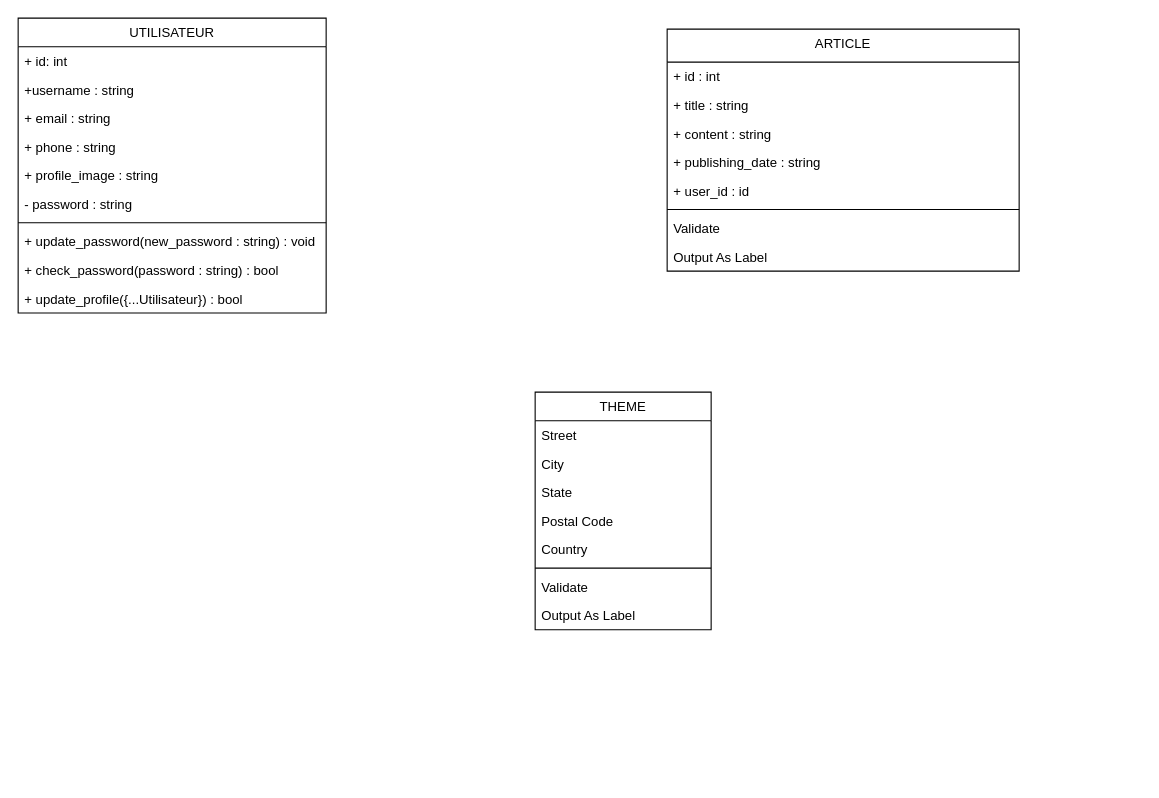
Before: Horizon_Tech.drawio in regisx001/UML, a draw.io diagram. Source tidied: cells renumbered, new cells numbered last; positions are measured from the earlier drawing's top-left corner, leaving out a move shared by most shapes. Both pictures are drawn from the tidied source at 110%, with x=0, y=0 at pixel (18, 18).
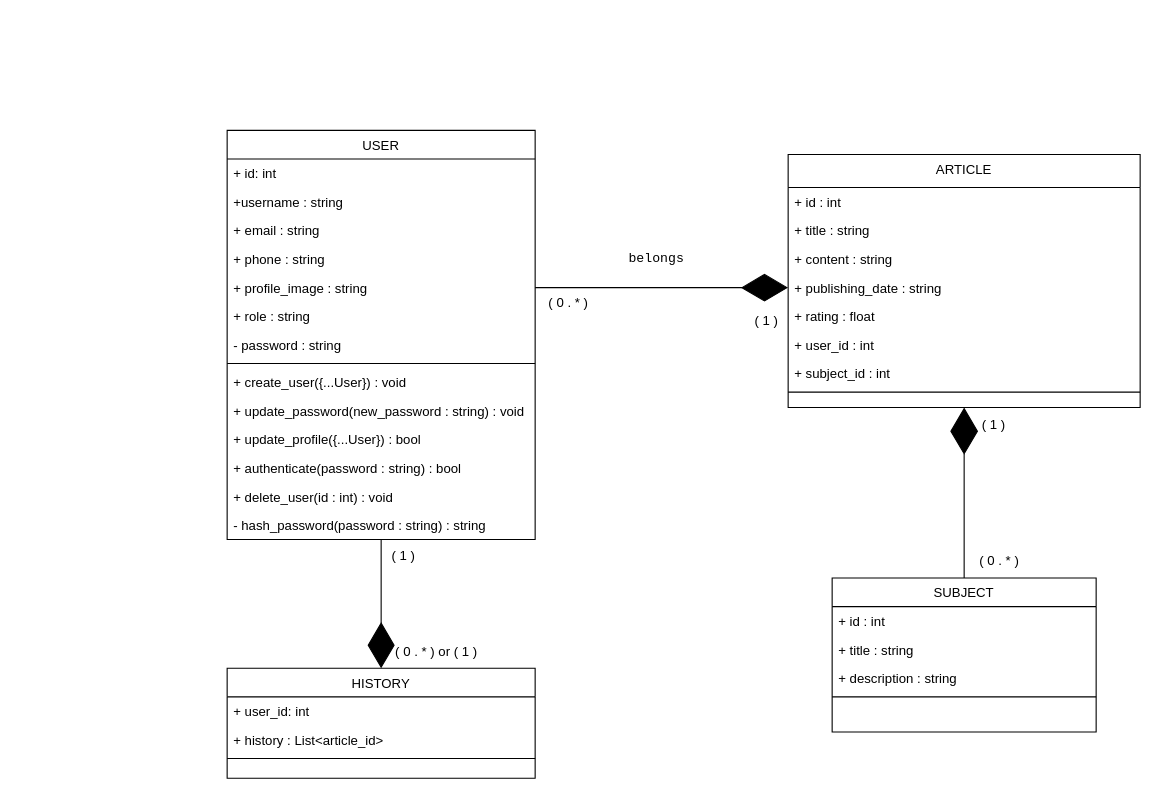
After the change.

The change refers to these unchanged cells:
```xml
<mxCell id="7" value="+ profile_image : string" style="text;align=left;verticalAlign=top;spacingLeft=4;spacingRight=4;overflow=hidden;points=[[0,0.5],[1,0.5]];portConstraint=eastwest;rounded=0;shadow=0;html=0;" parent="2" vertex="1">
  <mxGeometry y="130" width="280" height="26" as="geometry" />
</mxCell>
<mxCell id="17" value="+ publishing_date : string" style="text;align=left;verticalAlign=top;spacingLeft=4;spacingRight=4;overflow=hidden;points=[[0,0.5],[1,0.5]];portConstraint=eastwest;rounded=0;shadow=0;html=0;" parent="13" vertex="1">
  <mxGeometry y="108" width="320" height="26" as="geometry" />
</mxCell>
```

What changed in the source:
```diff
@@
+    <mxCell id="22" value="SUBJECT" style="swimlane;fontStyle=0;align=center;verticalAlign=top;horizontal=1;startSize=26;rounded=0;shadow=0;strokeWidth=1;" parent="1" vertex="1">
+      <mxGeometry x="740" y="509" width="240" height="140" as="geometry" />
+    </mxCell>
+    <mxCell id="23" value="+ id : int" style="text;align=left;verticalAlign=top;spacingLeft=4;spacingRight=4;overflow=hidden;" parent="22" vertex="1">
+      <mxGeometry y="26" width="240" height="26" as="geometry" />
+    </mxCell>
+    <mxCell id="24" value="+ title : string" style="text;align=left;verticalAlign=top;spacingLeft=4;spacingRight=4;overflow=hidden;rounded=0;shadow=0;html=0;" parent="22" vertex="1">
+      <mxGeometry y="52" width="240" height="26" as="geometry" />
+    </mxCell>
+    <mxCell id="25" value="+ description : string" style="text;align=left;verticalAlign=top;spacingLeft=4;spacingRight=4;overflow=hidden;rounded=0;shadow=0;html=0;" parent="22" vertex="1">
+      <mxGeometry y="78" width="240" height="26" as="geometry" />
+    </mxCell>
+    <mxCell id="28" style="line;html=1;strokeWidth=1;align=left;verticalAlign=middle;spacingTop=-1;spacingLeft=3;spacingRight=3;labelPosition=right;" parent="22" vertex="1">
+      <mxGeometry y="104" width="240" height="8" as="geometry" />
+    </mxCell>
+    <mxCell id="31" value="HISTORY" style="swimlane;fontStyle=0;align=center;verticalAlign=top;horizontal=1;startSize=26;rounded=0;shadow=0;strokeWidth=1;" parent="1" vertex="1">
+      <mxGeometry x="190" y="591" width="280" height="100" as="geometry" />
+    </mxCell>
+    <mxCell id="32" value="+ user_id: int" style="text;align=left;verticalAlign=top;spacingLeft=4;spacingRight=4;overflow=hidden;" parent="31" vertex="1">
+      <mxGeometry y="26" width="280" height="26" as="geometry" />
+    </mxCell>
+    <mxCell id="33" value="+ history : List&lt;article_id&gt; " style="text;align=left;verticalAlign=top;spacingLeft=4;spacingRight=4;overflow=hidden;rounded=0;shadow=0;html=0;" parent="31" vertex="1">
+      <mxGeometry y="52" width="280" height="26" as="geometry" />
+    </mxCell>
+    <mxCell id="34" style="line;html=1;strokeWidth=1;align=left;verticalAlign=middle;spacingTop=-1;spacingLeft=3;spacingRight=3;labelPosition=right;" parent="31" vertex="1">
+      <mxGeometry y="78" width="280" height="8" as="geometry" />
+    </mxCell>
+    <mxCell id="35" style="edgeStyle=orthogonalEdgeStyle;rounded=0;jettySize=auto;html=1;exitX=0.5;exitY=1;exitDx=0;exitDy=0;endArrow=diamondThin;endFill=1;endSize=39;" parent="1" edge="1" source="2" target="31">
+      <mxGeometry relative="1" as="geometry" />
+    </mxCell>
+    <mxCell id="36" value="( 1 )" style="text;html=1;align=center;verticalAlign=middle;strokeColor=none;fillColor=none;" parent="1" vertex="1">
+      <mxGeometry x="330" y="474" width="40" height="30" as="geometry" />
+    </mxCell>
+    <mxCell id="37" value="( 0 . * ) or ( 1 )" style="text;html=1;align=center;verticalAlign=middle;strokeColor=none;fillColor=none;" parent="1" vertex="1">
+      <mxGeometry x="330" y="561" width="100" height="30" as="geometry" />
+    </mxCell>
-    <mxCell id="2" value="UTILISATEUR" style="swimlane;fontStyle=0;align=center;verticalAlign=top;horizontal=1;startSize=26;rounded=0;shadow=0;strokeWidth=1;" parent="1" vertex="1">
-      <mxGeometry width="280" height="268" as="geometry" />
+    <mxCell id="2" value="USER" style="swimlane;fontStyle=0;align=center;verticalAlign=top;horizontal=1;startSize=26;rounded=0;shadow=0;strokeWidth=1;" parent="1" vertex="1">
+      <mxGeometry x="190" y="102" width="280" height="372" as="geometry" />
     </mxCell>
@@
+    <mxCell id="38" value="+ role : string " style="text;align=left;verticalAlign=top;spacingLeft=4;spacingRight=4;overflow=hidden;rounded=0;shadow=0;html=0;" parent="2" vertex="1">
+      <mxGeometry y="156" width="280" height="26" as="geometry" />
+    </mxCell>
     <mxCell id="8" value="- password : string " style="text;align=left;verticalAlign=top;spacingLeft=4;spacingRight=4;overflow=hidden;rounded=0;shadow=0;html=0;" parent="2" vertex="1">
-      <mxGeometry y="156" width="280" height="26" as="geometry" />
+      <mxGeometry y="182" width="280" height="26" as="geometry" />
     </mxCell>
     <mxCell id="9" style="line;html=1;strokeWidth=1;align=left;verticalAlign=middle;spacingTop=-1;spacingLeft=3;spacingRight=3;labelPosition=right;" parent="2" vertex="1">
-      <mxGeometry y="182" width="280" height="8" as="geometry" />
+      <mxGeometry y="208" width="280" height="8" as="geometry" />
     </mxCell>
+    <mxCell id="39" value="+ create_user({...User}) : void" style="text;align=left;verticalAlign=top;spacingLeft=4;spacingRight=4;overflow=hidden;rounded=0;shadow=0;html=0;" parent="2" vertex="1">
+      <mxGeometry y="216" width="280" height="26" as="geometry" />
+    </mxCell>
     <mxCell id="10" value="+ update_password(new_password : string) : void" style="text;align=left;verticalAlign=top;spacingLeft=4;spacingRight=4;overflow=hidden;rounded=0;shadow=0;html=0;" parent="2" vertex="1">
-      <mxGeometry y="190" width="280" height="26" as="geometry" />
+      <mxGeometry y="242" width="280" height="26" as="geometry" />
     </mxCell>
+    <mxCell id="12" value="+ update_profile({...User}) : bool" style="text;align=left;verticalAlign=top;spacingLeft=4;spacingRight=4;overflow=hidden;rounded=0;shadow=0;html=0;" parent="2" vertex="1">
+      <mxGeometry y="268" width="280" height="26" as="geometry" />
+    </mxCell>
-    <mxCell id="11" value="+ check_password(password : string) : bool" style="text;align=left;verticalAlign=top;spacingLeft=4;spacingRight=4;overflow=hidden;rounded=0;shadow=0;html=0;" parent="2" vertex="1">
-      <mxGeometry y="216" width="280" height="26" as="geometry" />
+    <mxCell id="11" value="+ authenticate(password : string) : bool" style="text;align=left;verticalAlign=top;spacingLeft=4;spacingRight=4;overflow=hidden;rounded=0;shadow=0;html=0;" parent="2" vertex="1">
+      <mxGeometry y="294" width="280" height="26" as="geometry" />
     </mxCell>
-    <mxCell id="12" value="+ update_profile({...Utilisateur}) : bool" style="text;align=left;verticalAlign=top;spacingLeft=4;spacingRight=4;overflow=hidden;rounded=0;shadow=0;html=0;" parent="2" vertex="1">
-      <mxGeometry y="242" width="280" height="26" as="geometry" />
-    </mxCell>
+    <mxCell id="40" value="+ delete_user(id : int) : void" style="text;align=left;verticalAlign=top;spacingLeft=4;spacingRight=4;overflow=hidden;rounded=0;shadow=0;html=0;" parent="2" vertex="1">
+      <mxGeometry y="320" width="280" height="26" as="geometry" />
+    </mxCell>
+    <mxCell id="41" value="- hash_password(password : string) : string " style="text;align=left;verticalAlign=top;spacingLeft=4;spacingRight=4;overflow=hidden;rounded=0;shadow=0;html=0;" parent="2" vertex="1">
+      <mxGeometry y="346" width="280" height="26" as="geometry" />
+    </mxCell>
+    <mxCell id="42" style="edgeStyle=orthogonalEdgeStyle;rounded=0;jettySize=auto;html=1;exitX=1;exitY=0.5;exitDx=0;exitDy=0;entryX=0;entryY=0.5;entryDx=0;entryDy=0;endArrow=diamondThin;endFill=1;endSize=40;" parent="1" edge="1" source="7" target="17">
+      <mxGeometry relative="1" as="geometry" />
+    </mxCell>
     <mxCell id="13" value="ARTICLE" style="swimlane;fontStyle=0;align=center;verticalAlign=top;horizontal=1;startSize=30;rounded=0;shadow=0;strokeWidth=1;" parent="1" vertex="1">
-      <mxGeometry x="590" y="10" width="320" height="220" as="geometry" />
+      <mxGeometry x="700" y="124" width="320" height="230" as="geometry" />
     </mxCell>
@@
+    <mxCell id="43" value="+ rating : float" style="text;align=left;verticalAlign=top;spacingLeft=4;spacingRight=4;overflow=hidden;rounded=0;shadow=0;html=0;" parent="13" vertex="1">
+      <mxGeometry y="134" width="320" height="26" as="geometry" />
+    </mxCell>
-    <mxCell id="18" value="+ user_id : id" style="text;align=left;verticalAlign=top;spacingLeft=4;spacingRight=4;overflow=hidden;rounded=0;shadow=0;html=0;" parent="13" vertex="1">
-      <mxGeometry y="134" width="320" height="26" as="geometry" />
+    <mxCell id="18" value="+ user_id : int" style="text;align=left;verticalAlign=top;spacingLeft=4;spacingRight=4;overflow=hidden;rounded=0;shadow=0;html=0;" parent="13" vertex="1">
+      <mxGeometry y="160" width="320" height="26" as="geometry" />
     </mxCell>
+    <mxCell id="44" value="+ subject_id : int" style="text;align=left;verticalAlign=top;spacingLeft=4;spacingRight=4;overflow=hidden;rounded=0;shadow=0;html=0;" parent="13" vertex="1">
+      <mxGeometry y="186" width="320" height="26" as="geometry" />
+    </mxCell>
     <mxCell id="19" style="line;html=1;strokeWidth=1;align=left;verticalAlign=middle;spacingTop=-1;spacingLeft=3;spacingRight=3;labelPosition=right;" parent="13" vertex="1">
-      <mxGeometry y="160" width="320" height="8" as="geometry" />
+      <mxGeometry y="212" width="320" height="8" as="geometry" />
     </mxCell>
-    <mxCell id="20" value="Validate" style="text;align=left;verticalAlign=top;spacingLeft=4;spacingRight=4;overflow=hidden;" parent="13" vertex="1">
-      <mxGeometry y="168" width="320" height="26" as="geometry" />
-    </mxCell>
-    <mxCell id="21" value="Output As Label" style="text;align=left;verticalAlign=top;spacingLeft=4;spacingRight=4;overflow=hidden;" parent="13" vertex="1">
-      <mxGeometry y="194" width="320" height="26" as="geometry" />
-    </mxCell>
-    <mxCell id="22" value="THEME" style="swimlane;fontStyle=0;align=center;verticalAlign=top;horizontal=1;startSize=26;rounded=0;shadow=0;strokeWidth=1;" parent="1" vertex="1">
-      <mxGeometry x="470" y="340" width="160" height="216" as="geometry" />
-    </mxCell>
-    <mxCell id="23" value="Street" style="text;align=left;verticalAlign=top;spacingLeft=4;spacingRight=4;overflow=hidden;" parent="22" vertex="1">
-      <mxGeometry y="26" width="160" height="26" as="geometry" />
-    </mxCell>
-    <mxCell id="24" value="City" style="text;align=left;verticalAlign=top;spacingLeft=4;spacingRight=4;overflow=hidden;rounded=0;shadow=0;html=0;" parent="22" vertex="1">
-      <mxGeometry y="52" width="160" height="26" as="geometry" />
-    </mxCell>
-    <mxCell id="25" value="State" style="text;align=left;verticalAlign=top;spacingLeft=4;spacingRight=4;overflow=hidden;rounded=0;shadow=0;html=0;" parent="22" vertex="1">
-      <mxGeometry y="78" width="160" height="26" as="geometry" />
-    </mxCell>
-    <mxCell id="26" value="Postal Code" style="text;align=left;verticalAlign=top;spacingLeft=4;spacingRight=4;overflow=hidden;rounded=0;shadow=0;html=0;" parent="22" vertex="1">
-      <mxGeometry y="104" width="160" height="26" as="geometry" />
-    </mxCell>
-    <mxCell id="27" value="Country" style="text;align=left;verticalAlign=top;spacingLeft=4;spacingRight=4;overflow=hidden;rounded=0;shadow=0;html=0;" parent="22" vertex="1">
-      <mxGeometry y="130" width="160" height="26" as="geometry" />
-    </mxCell>
-    <mxCell id="28" style="line;html=1;strokeWidth=1;align=left;verticalAlign=middle;spacingTop=-1;spacingLeft=3;spacingRight=3;labelPosition=right;" parent="22" vertex="1">
-      <mxGeometry y="156" width="160" height="8" as="geometry" />
-    </mxCell>
-    <mxCell id="29" value="Validate" style="text;align=left;verticalAlign=top;spacingLeft=4;spacingRight=4;overflow=hidden;" parent="22" vertex="1">
-      <mxGeometry y="164" width="160" height="26" as="geometry" />
-    </mxCell>
-    <mxCell id="30" value="Output As Label" style="text;align=left;verticalAlign=top;spacingLeft=4;spacingRight=4;overflow=hidden;" parent="22" vertex="1">
-      <mxGeometry y="190" width="160" height="26" as="geometry" />
-    </mxCell>
+    <mxCell id="45" value="( 0 . * )" style="text;html=1;align=center;verticalAlign=middle;strokeColor=none;fillColor=none;" parent="1" vertex="1">
+      <mxGeometry x="470" y="244" width="60" height="30" as="geometry" />
+    </mxCell>
+    <mxCell id="46" value="( 1 )" style="text;html=1;align=center;verticalAlign=middle;strokeColor=none;fillColor=none;" parent="1" vertex="1">
+      <mxGeometry x="660" y="260" width="40" height="30" as="geometry" />
+    </mxCell>
+    <mxCell id="47" style="edgeStyle=orthogonalEdgeStyle;rounded=0;jettySize=auto;html=1;entryX=0.5;entryY=0;entryDx=0;entryDy=0;endArrow=none;endFill=0;startArrow=diamondThin;startFill=1;startSize=40;" parent="1" edge="1" source="13" target="22">
+      <mxGeometry relative="1" as="geometry" />
+    </mxCell>
+    <mxCell id="48" value="&amp;nbsp;( 0 . * )" style="text;html=1;align=center;verticalAlign=middle;strokeColor=none;fillColor=none;" parent="1" vertex="1">
+      <mxGeometry x="860" y="479" width="60" height="30" as="geometry" />
+    </mxCell>
+    <mxCell id="49" value="&amp;nbsp;( 1 )" style="text;html=1;align=center;verticalAlign=middle;strokeColor=none;fillColor=none;" parent="1" vertex="1">
+      <mxGeometry x="860" y="355" width="50" height="30" as="geometry" />
+    </mxCell>
+    <mxCell id="50" value="&lt;pre dir=&quot;ltr&quot; aria-label=&quot;Texte traduit&amp;nbsp;: belongs&quot; style=&quot;text-align:left&quot; id=&quot;tw-target-text&quot; class=&quot;tw-data-text tw-text-large tw-ta&quot;&gt;&lt;span lang=&quot;en&quot; class=&quot;Y2IQFc&quot;&gt;belongs&lt;/span&gt;&lt;/pre&gt;" style="text;html=1;align=center;verticalAlign=middle;strokeColor=none;fillColor=none;" parent="1" vertex="1">
+      <mxGeometry x="545" y="194" width="70" height="50" as="geometry" />
+    </mxCell>
```
